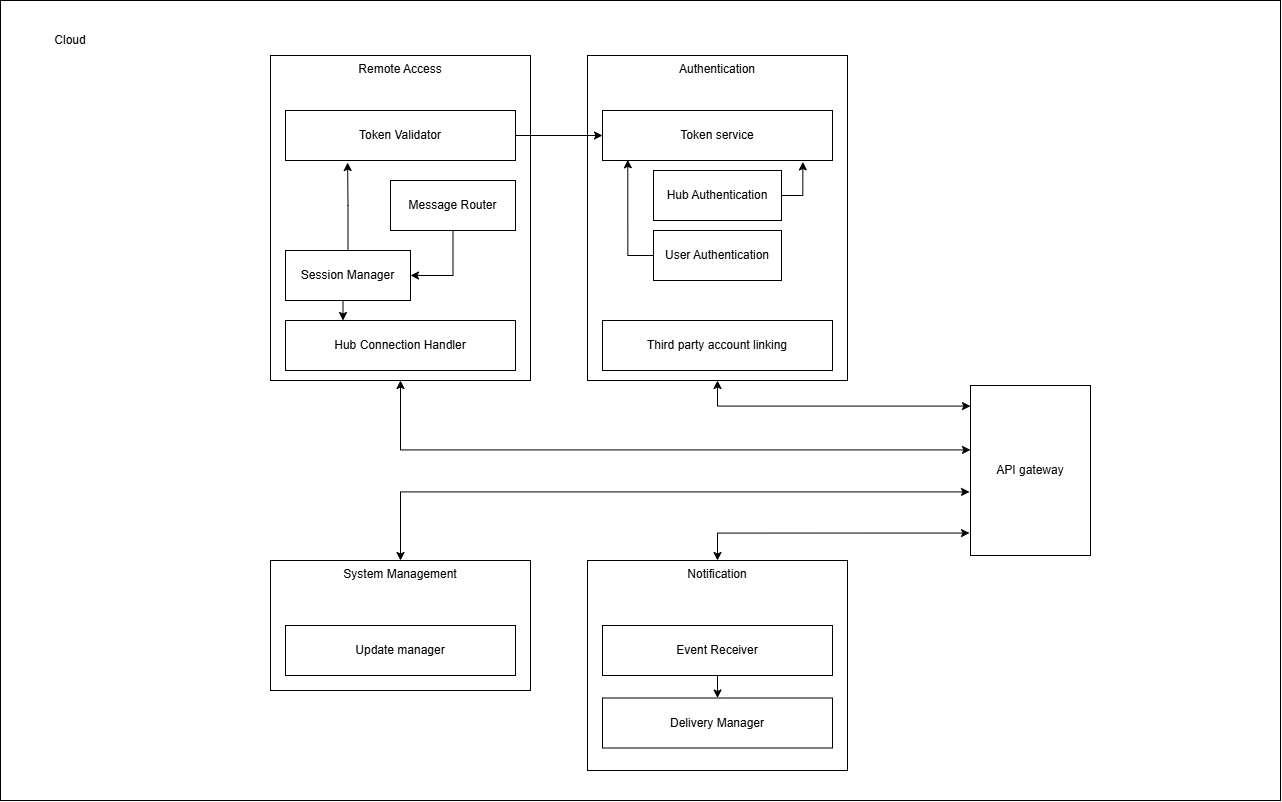
Shreya-Sebastian/Software_Architecture_PoC keeps this draw.io diagram as report/images/cloud_component.png. Above is the earlier version. Source tidied: cells renumbered, new cells last; positions are measured from the earlier drawing's top-left corner, leaving out a move shared by most shapes.
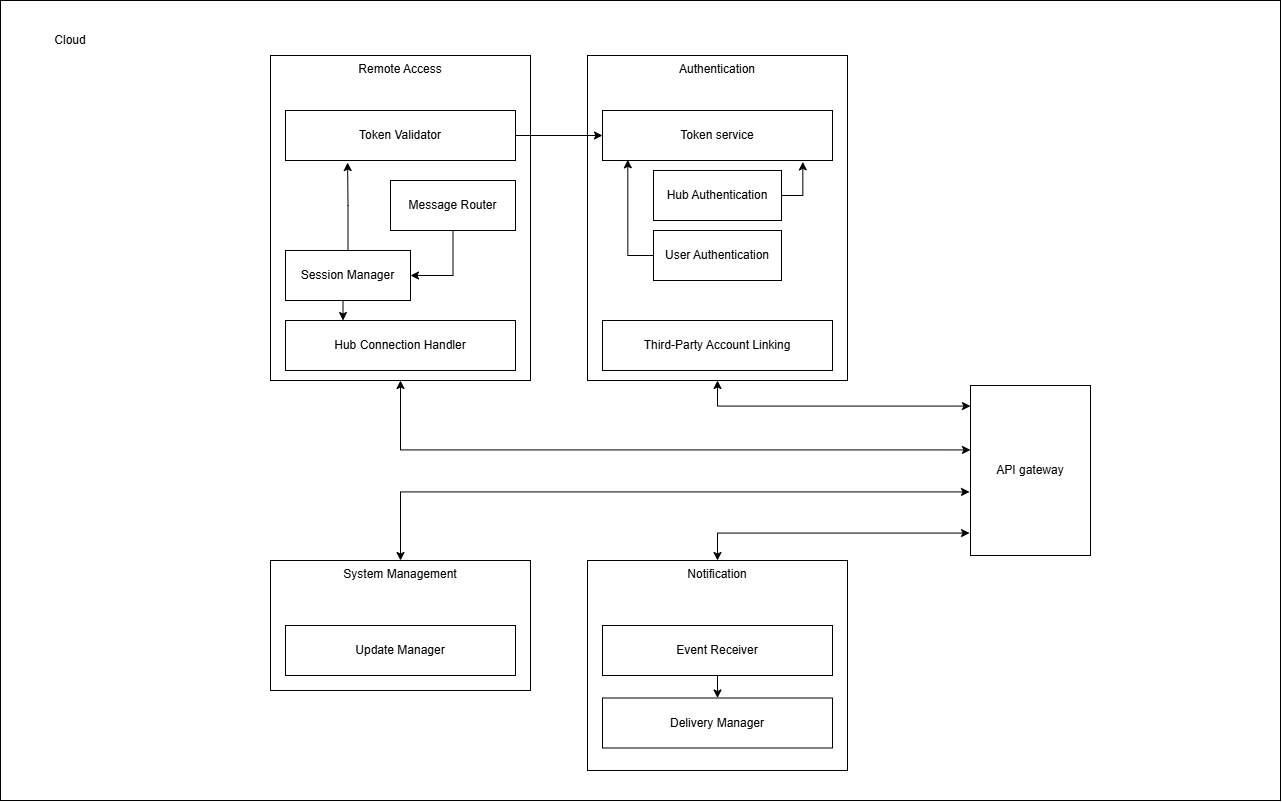
Later version of the same file.

Commit message:
typo correction

What changed in the source:
```diff
@@ -65,7 +65,7 @@
     <mxCell id="22" value="Token service" style="rounded=0;whiteSpace=wrap;html=1;verticalAlign=middle;" parent="1" vertex="1">
       <mxGeometry x="602" y="110" width="230" height="50" as="geometry" />
     </mxCell>
-    <mxCell id="23" value="Update manager" style="rounded=0;whiteSpace=wrap;html=1;verticalAlign=middle;" parent="1" vertex="1">
+    <mxCell id="23" value="Update Manager" style="rounded=0;whiteSpace=wrap;html=1;verticalAlign=middle;" parent="1" vertex="1">
       <mxGeometry x="285" y="625" width="230" height="50" as="geometry" />
     </mxCell>
     <mxCell id="24" style="edgeStyle=orthogonalEdgeStyle;rounded=0;jettySize=auto;html=1;exitX=0.5;exitY=1;exitDx=0;exitDy=0;entryX=0.5;entryY=0;entryDx=0;entryDy=0;" parent="1" edge="1" source="25" target="26">
@@ -86,7 +86,7 @@
     <mxCell id="29" style="edgeStyle=orthogonalEdgeStyle;rounded=0;jettySize=auto;html=1;exitX=0.5;exitY=0;exitDx=0;exitDy=0;entryX=0.27;entryY=1.041;entryDx=0;entryDy=0;entryPerimeter=0;" parent="1" edge="1" source="14" target="18">
       <mxGeometry relative="1" as="geometry" />
     </mxCell>
-    <mxCell id="30" value="Third party account linking" style="rounded=0;whiteSpace=wrap;html=1;verticalAlign=middle;" parent="1" vertex="1">
+    <mxCell id="30" value="Third-Party Account Linking" style="rounded=0;whiteSpace=wrap;html=1;verticalAlign=middle;" parent="1" vertex="1">
       <mxGeometry x="602" y="320" width="230" height="50" as="geometry" />
     </mxCell>
   </root>
```
